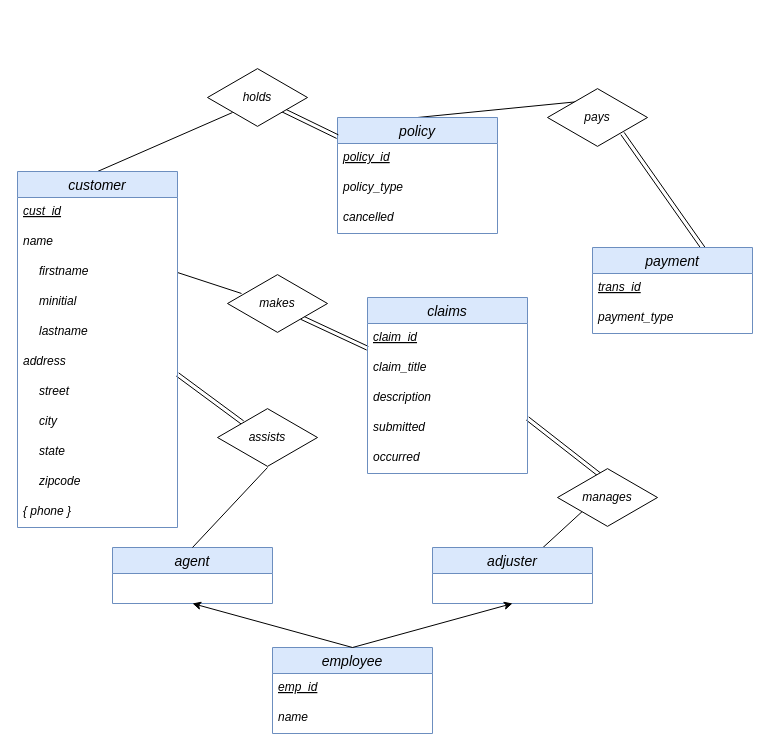
Before: ER_Diagram/DrawIO/Asadoorian_ERD.drawio in ema323-lehigh/county-garden, a draw.io diagram. Source tidied: cells renumbered, new cells numbered last; positions are measured from the earlier drawing's top-left corner, leaving out a move shared by most shapes. Both pictures are drawn from the tidied source at 100%, with x=0, y=0 at pixel (17, 67).
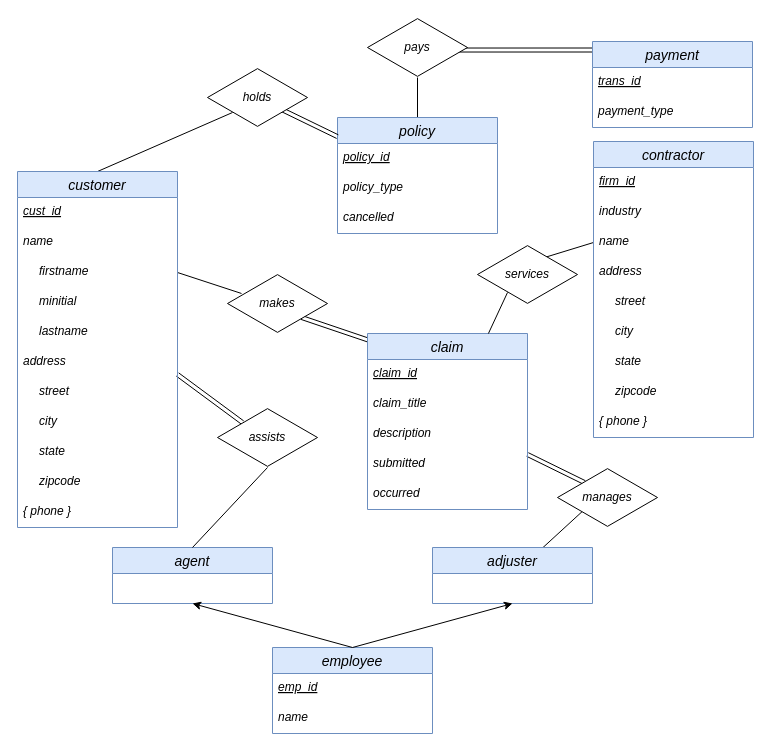
Above is the later version.

Commit message (it also covers changes not shown here):
Add contractor entity set

Unchanged cells that the change refers to:
```xml
<mxCell id="17" value="policy" style="swimlane;fontStyle=2;horizontal=1;startSize=26;align=center;fontSize=14;fillColor=#dae8fc;strokeColor=#6c8ebf;" parent="1" vertex="1">
  <mxGeometry x="320" y="50" width="160" height="116" as="geometry" />
</mxCell>
<mxCell id="31" value="submitted" style="text;strokeColor=none;fillColor=none;spacingLeft=4;spacingRight=4;overflow=hidden;points=[[0,0.5],[1,0.5]];portConstraint=eastwest;fontSize=12;fontStyle=2;" parent="27" vertex="1">
  <mxGeometry y="116" width="160" height="30" as="geometry" />
</mxCell>
<mxCell id="33" value="&lt;i&gt;makes&lt;/i&gt;" style="html=1;whiteSpace=wrap;shape=isoRectangle;" parent="1" vertex="1">
  <mxGeometry x="210" y="206" width="100" height="60" as="geometry" />
</mxCell>
<mxCell id="36" value="&lt;i&gt;manages&lt;/i&gt;" style="html=1;whiteSpace=wrap;shape=isoRectangle;" parent="1" vertex="1">
  <mxGeometry x="540" y="400" width="100" height="60" as="geometry" />
</mxCell>
```

Change to the diagram source:
```diff
@@
+    <mxCell id="49" style="endArrow=none;html=1;entryX=0;entryY=0.5;entryDx=0;entryDy=0;exitX=0.67;exitY=0.217;exitDx=0;exitDy=0;exitPerimeter=0;" parent="1" edge="1" source="60" target="53">
+      <mxGeometry relative="1" as="geometry" />
+    </mxCell>
@@
-    <mxCell id="4" style="shape=link;html=1;entryX=0.781;entryY=0.244;entryDx=0;entryDy=0;entryPerimeter=0;exitX=0.75;exitY=0.767;exitDx=0;exitDy=0;exitPerimeter=0;" parent="1" edge="1" source="26" target="22">
+    <mxCell id="4" style="shape=link;html=1;entryX=0.094;entryY=0.099;entryDx=0;entryDy=0;entryPerimeter=0;exitX=0.8;exitY=0.542;exitDx=0;exitDy=0;exitPerimeter=0;" parent="1" edge="1" source="26" target="22">
       <mxGeometry relative="1" as="geometry" />
     </mxCell>
-    <mxCell id="5" style="endArrow=none;html=1;exitX=0.5;exitY=0;exitDx=0;exitDy=0;entryX=0.32;entryY=0.233;entryDx=0;entryDy=0;entryPerimeter=0;" parent="1" edge="1" source="17" target="26">
+    <mxCell id="5" style="endArrow=none;html=1;exitX=0.5;exitY=0;exitDx=0;exitDy=0;entryX=0.5;entryY=1;entryDx=0;entryDy=0;entryPerimeter=0;" parent="1" edge="1" source="17" target="26">
       <mxGeometry relative="1" as="geometry" />
     </mxCell>
-    <mxCell id="6" style="shape=link;html=1;entryX=0.43;entryY=0.133;entryDx=0;entryDy=0;entryPerimeter=0;exitX=1;exitY=0.167;exitDx=0;exitDy=0;exitPerimeter=0;" parent="1" edge="1" source="31" target="36">
+    <mxCell id="6" style="shape=link;html=1;entryX=0.27;entryY=0.25;entryDx=0;entryDy=0;entryPerimeter=0;exitX=1;exitY=0.167;exitDx=0;exitDy=0;exitPerimeter=0;" parent="1" edge="1" source="31" target="36">
       <mxGeometry relative="1" as="geometry" />
     </mxCell>
-    <mxCell id="7" style="shape=link;html=1;exitX=0.74;exitY=0.733;exitDx=0;exitDy=0;exitPerimeter=0;" parent="1" edge="1" source="33" target="27">
+    <mxCell id="7" style="shape=link;html=1;exitX=0.74;exitY=0.733;exitDx=0;exitDy=0;exitPerimeter=0;entryX=0.013;entryY=0.04;entryDx=0;entryDy=0;entryPerimeter=0;" parent="1" edge="1" source="33" target="27">
       <mxGeometry relative="1" as="geometry" />
     </mxCell>
@@
     <mxCell id="22" value="payment" style="swimlane;fontStyle=2;horizontal=1;startSize=26;align=center;fontSize=14;fillColor=#dae8fc;strokeColor=#6c8ebf;" parent="1" vertex="1">
-      <mxGeometry x="575" y="180" width="160" height="86" as="geometry" />
+      <mxGeometry x="575" y="-26" width="160" height="86" as="geometry" />
     </mxCell>
@@
     <mxCell id="26" value="&lt;i&gt;pays&lt;/i&gt;" style="html=1;whiteSpace=wrap;shape=isoRectangle;" parent="1" vertex="1">
-      <mxGeometry x="530" y="20" width="100" height="60" as="geometry" />
+      <mxGeometry x="350" y="-50" width="100" height="60" as="geometry" />
     </mxCell>
-    <mxCell id="27" value="claims" style="swimlane;fontStyle=2;horizontal=1;startSize=26;align=center;fontSize=14;fillColor=#dae8fc;strokeColor=#6c8ebf;" parent="1" vertex="1">
-      <mxGeometry x="350" y="230" width="160" height="176" as="geometry" />
+    <mxCell id="27" value="claim" style="swimlane;fontStyle=2;horizontal=1;startSize=26;align=center;fontSize=14;fillColor=#dae8fc;strokeColor=#6c8ebf;" parent="1" vertex="1">
+      <mxGeometry x="350" y="266" width="160" height="176" as="geometry" />
     </mxCell>
@@
+    <mxCell id="50" value="contractor" style="swimlane;fontStyle=2;horizontal=1;startSize=26;align=center;fontSize=14;fillColor=#dae8fc;strokeColor=#6c8ebf;" parent="1" vertex="1">
+      <mxGeometry x="576" y="74" width="160" height="296" as="geometry" />
+    </mxCell>
+    <mxCell id="51" value="firm_id" style="text;strokeColor=none;fillColor=none;spacingLeft=4;spacingRight=4;overflow=hidden;fontSize=12;fontStyle=6;" parent="50" vertex="1">
+      <mxGeometry y="26" width="160" height="30" as="geometry" />
+    </mxCell>
+    <mxCell id="52" value="industry" style="text;strokeColor=none;fillColor=none;spacingLeft=4;spacingRight=4;overflow=hidden;fontSize=12;fontStyle=2;" parent="50" vertex="1">
+      <mxGeometry y="56" width="160" height="30" as="geometry" />
+    </mxCell>
+    <mxCell id="53" value="name&#10;" style="text;strokeColor=none;fillColor=none;spacingLeft=4;spacingRight=4;overflow=hidden;points=[[0,0.5],[1,0.5]];portConstraint=eastwest;fontSize=12;fontStyle=2;" parent="50" vertex="1">
+      <mxGeometry y="86" width="160" height="30" as="geometry" />
+    </mxCell>
+    <mxCell id="54" value="address" style="text;strokeColor=none;fillColor=none;spacingLeft=4;spacingRight=4;overflow=hidden;fontSize=12;fontStyle=2;align=left;" parent="50" vertex="1">
+      <mxGeometry y="116" width="160" height="30" as="geometry" />
+    </mxCell>
+    <mxCell id="55" value="street" style="text;strokeColor=none;fillColor=none;spacingLeft=20;spacingRight=4;overflow=hidden;fontSize=12;fontStyle=2;align=left;" parent="50" vertex="1">
+      <mxGeometry y="146" width="160" height="30" as="geometry" />
+    </mxCell>
+    <mxCell id="56" value="city" style="text;strokeColor=none;fillColor=none;spacingLeft=20;spacingRight=4;overflow=hidden;fontSize=12;fontStyle=2;align=left;" parent="50" vertex="1">
+      <mxGeometry y="176" width="160" height="30" as="geometry" />
+    </mxCell>
+    <mxCell id="57" value="state" style="text;strokeColor=none;fillColor=none;spacingLeft=20;spacingRight=4;overflow=hidden;fontSize=12;fontStyle=2;" parent="50" vertex="1">
+      <mxGeometry y="206" width="160" height="30" as="geometry" />
+    </mxCell>
+    <mxCell id="58" value="zipcode" style="text;strokeColor=none;fillColor=none;spacingLeft=20;spacingRight=4;overflow=hidden;fontSize=12;fontStyle=2;" parent="50" vertex="1">
+      <mxGeometry y="236" width="160" height="30" as="geometry" />
+    </mxCell>
+    <mxCell id="59" value="{ phone }" style="text;strokeColor=none;fillColor=none;spacingLeft=4;spacingRight=4;overflow=hidden;fontSize=12;fontStyle=2;" parent="50" vertex="1">
+      <mxGeometry y="266" width="160" height="30" as="geometry" />
+    </mxCell>
+    <mxCell id="60" value="&lt;i&gt;services&lt;/i&gt;" style="html=1;whiteSpace=wrap;shape=isoRectangle;" parent="1" vertex="1">
+      <mxGeometry x="460" y="177" width="100" height="60" as="geometry" />
+    </mxCell>
+    <mxCell id="61" style="endArrow=none;html=1;" parent="1" edge="1" source="27">
+      <mxGeometry relative="1" as="geometry">
+        <mxPoint x="490" y="225" as="targetPoint" />
+      </mxGeometry>
+    </mxCell>
```
